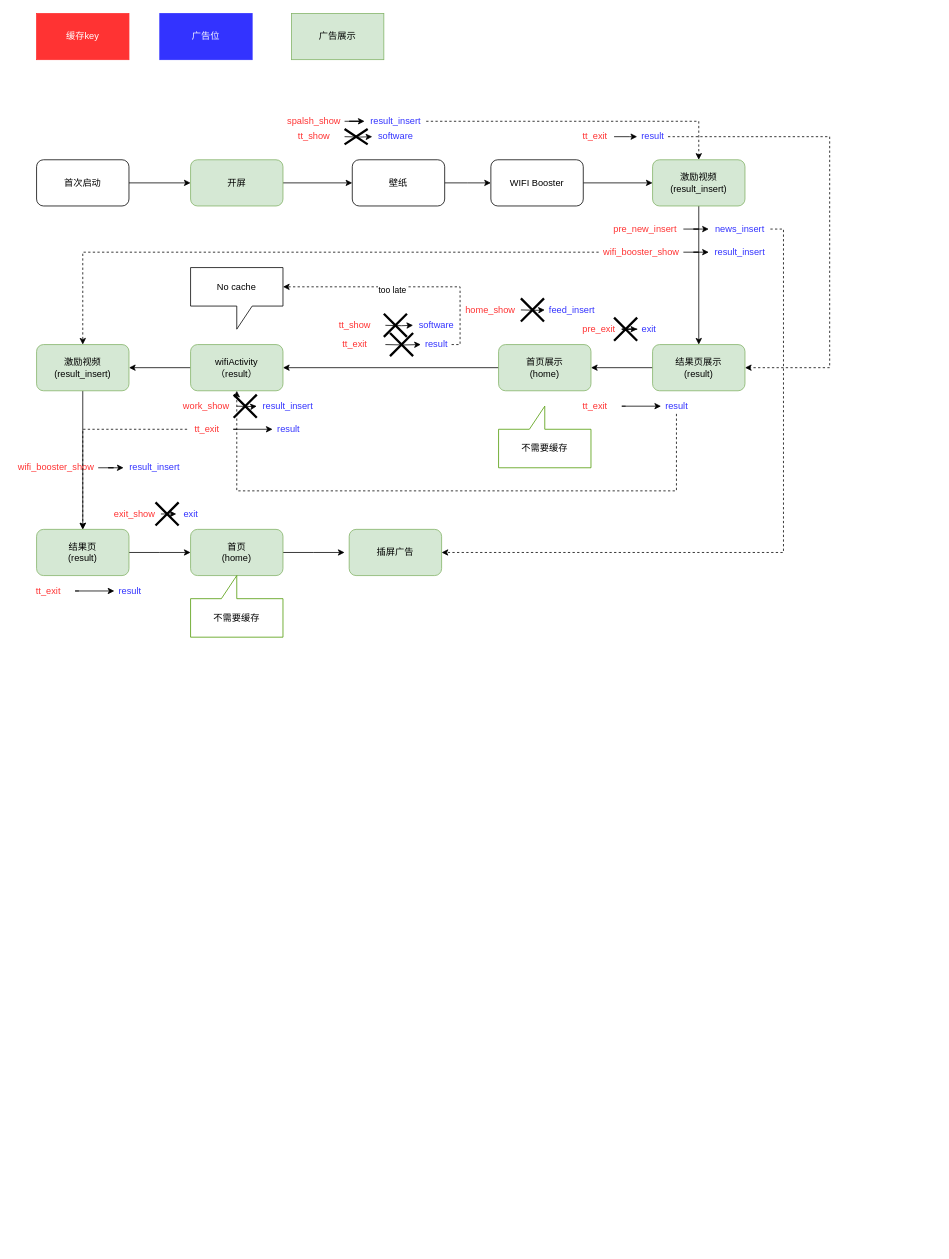
Before: Untitled Diagram.drawio in xiepengchong/xiepengchong.xpc.github.io, a draw.io diagram. Source tidied: cells renumbered, new cells numbered last; positions are measured from the earlier drawing's top-left corner, leaving out a move shared by most shapes. Both pictures are drawn from the tidied source at 77%, with x=0, y=0 at pixel (13, 13).
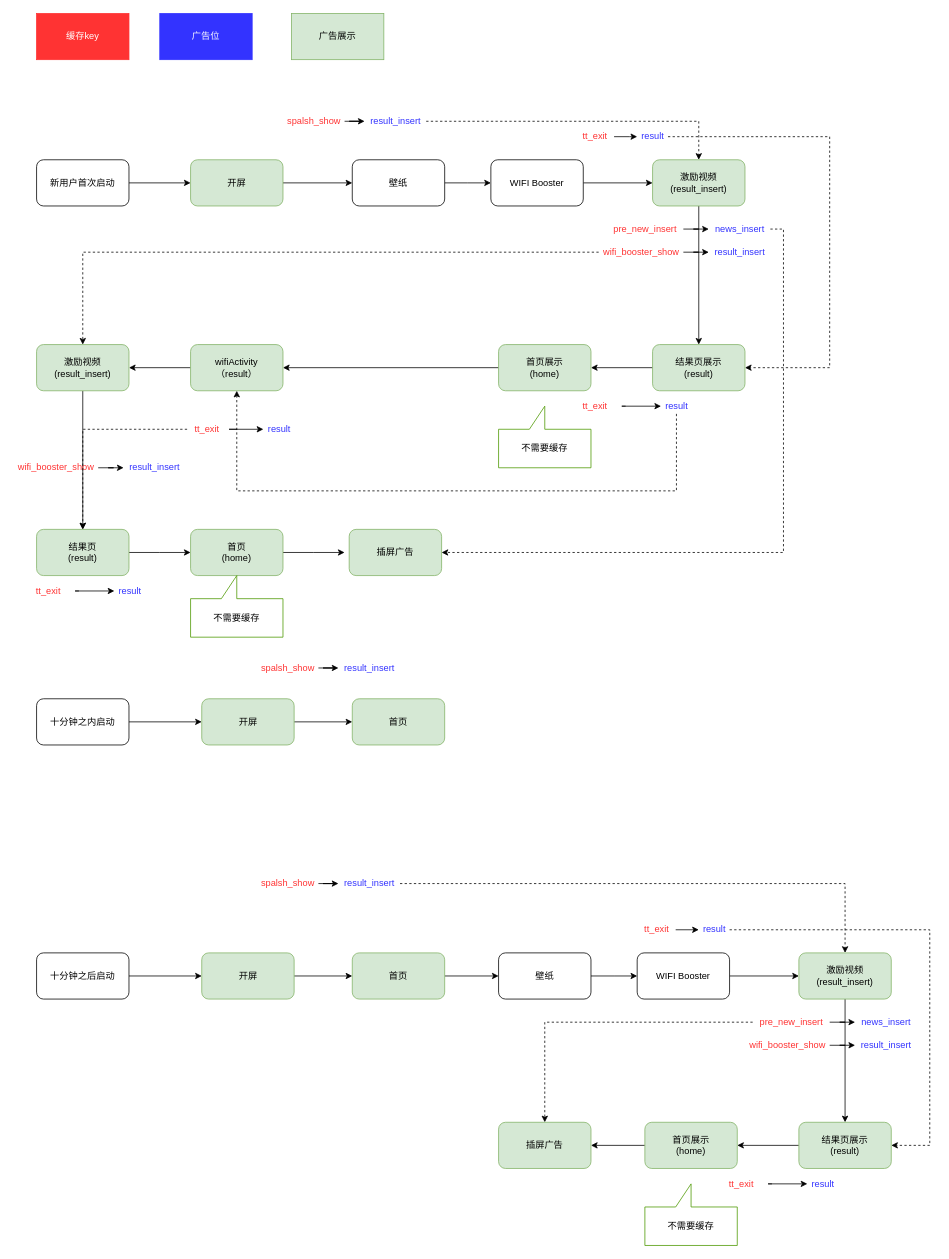
Above is the later version.

Commit message:
增加十分钟限制逻辑

The edit, as a diff of the source:
```diff
@@
-    <mxCell id="3" value="首次启动" style="rounded=1;whiteSpace=wrap;html=1;" parent="1" vertex="1">
+    <mxCell id="3" value="新用户首次启动" style="rounded=1;whiteSpace=wrap;html=1;" parent="1" vertex="1">
       <mxGeometry x="30" y="190" width="120" height="60" as="geometry" />
     </mxCell>
@@
-    <mxCell id="10" value="tt_show" style="text;html=1;align=center;verticalAlign=middle;strokeColor=none;fillColor=none;fontColor=#FF3333;" parent="1" vertex="1">
-      <mxGeometry x="360" y="150" width="60" height="20" as="geometry" />
-    </mxCell>
@@
-    <mxCell id="17" style="edgeStyle=orthogonalEdgeStyle;rounded=0;jettySize=auto;html=1;fontColor=#FF3333;" parent="1" edge="1" target="18">
-      <mxGeometry relative="1" as="geometry">
-        <mxPoint x="430" y="160" as="sourcePoint" />
-      </mxGeometry>
-    </mxCell>
-    <mxCell id="18" value="software" style="text;html=1;align=center;verticalAlign=middle;points=[];strokeColor=none;fillColor=none;fontColor=#3333FF;" parent="1" vertex="1">
-      <mxGeometry x="466" y="150" width="60" height="20" as="geometry" />
-    </mxCell>
@@
-    <mxCell id="39" style="edgeStyle=orthogonalEdgeStyle;rounded=0;jettySize=auto;html=1;fontColor=#000000;" parent="1" edge="1" source="40" target="41">
-      <mxGeometry relative="1" as="geometry" />
-    </mxCell>
-    <mxCell id="40" value="pre_exit" style="text;html=1;align=center;verticalAlign=middle;points=[];strokeColor=none;fillColor=none;fontColor=#FF3333;" parent="1" vertex="1">
-      <mxGeometry x="730" y="400" width="60" height="20" as="geometry" />
-    </mxCell>
-    <mxCell id="41" value="exit" style="text;html=1;align=center;verticalAlign=middle;points=[];strokeColor=none;fillColor=none;fontColor=#3333FF;" parent="1" vertex="1">
-      <mxGeometry x="810" y="400" width="30" height="20" as="geometry" />
-    </mxCell>
-    <mxCell id="42" style="shape=umlDestroy;whiteSpace=wrap;html=1;strokeWidth=3;fontColor=#000000;fillColor=#FFFFFF;" parent="1" vertex="1">
-      <mxGeometry x="780" y="395" width="30" height="30" as="geometry" />
-    </mxCell>
@@
-    <mxCell id="45" value="No cache" style="shape=callout;whiteSpace=wrap;html=1;perimeter=calloutPerimeter;fontColor=#000000;strokeColor=#000000;fillColor=#FFFFFF;" parent="1" vertex="1">
-      <mxGeometry x="230" y="330" width="120" height="80" as="geometry" />
-    </mxCell>
-    <mxCell id="46" value="home_show" style="text;html=1;align=center;verticalAlign=middle;strokeColor=none;fillColor=none;fontColor=#FF3333;" parent="1" vertex="1">
-      <mxGeometry x="579" y="375" width="80" height="20" as="geometry" />
-    </mxCell>
-    <mxCell id="47" style="edgeStyle=orthogonalEdgeStyle;rounded=0;jettySize=auto;html=1;fontColor=#FF3333;" parent="1" edge="1" target="48">
-      <mxGeometry relative="1" as="geometry">
-        <mxPoint x="659" y="385" as="sourcePoint" />
-      </mxGeometry>
-    </mxCell>
-    <mxCell id="48" value="feed_insert" style="text;html=1;align=center;verticalAlign=middle;points=[];strokeColor=none;fillColor=none;fontColor=#3333FF;" parent="1" vertex="1">
-      <mxGeometry x="690" y="375" width="70" height="20" as="geometry" />
-    </mxCell>
-    <mxCell id="49" style="shape=umlDestroy;whiteSpace=wrap;html=1;strokeWidth=3;fontColor=#000000;fillColor=#FFFFFF;" parent="1" vertex="1">
-      <mxGeometry x="659" y="370" width="30" height="30" as="geometry" />
-    </mxCell>
-    <mxCell id="50" value="tt_exit" style="text;html=1;align=center;verticalAlign=middle;strokeColor=none;fillColor=none;fontColor=#FF3333;" parent="1" vertex="1">
-      <mxGeometry x="418" y="420" width="50" height="20" as="geometry" />
-    </mxCell>
-    <mxCell id="51" style="edgeStyle=orthogonalEdgeStyle;rounded=0;jettySize=auto;html=1;fontColor=#FF3333;" parent="1" edge="1" target="54">
-      <mxGeometry relative="1" as="geometry">
-        <mxPoint x="483" y="430" as="sourcePoint" />
-      </mxGeometry>
-    </mxCell>
-    <mxCell id="52" style="edgeStyle=orthogonalEdgeStyle;rounded=0;jettySize=auto;html=1;entryX=0;entryY=0;entryDx=120;entryDy=25;entryPerimeter=0;fontColor=#000000;dashed=1;" parent="1" edge="1" source="54" target="45">
-      <mxGeometry relative="1" as="geometry">
-        <Array as="points">
-          <mxPoint x="580" y="430" />
-          <mxPoint x="580" y="355" />
-        </Array>
-      </mxGeometry>
-    </mxCell>
-    <mxCell id="53" value="too late" style="edgeLabel;html=1;align=center;verticalAlign=middle;fontColor=#000000;" parent="52" vertex="1">
-      <mxGeometry x="0.11" y="4" relative="1" as="geometry" />
-    </mxCell>
-    <mxCell id="54" value="result" style="text;html=1;align=center;verticalAlign=middle;points=[];strokeColor=none;fillColor=none;fontColor=#3333FF;" parent="1" vertex="1">
-      <mxGeometry x="529" y="420" width="40" height="20" as="geometry" />
-    </mxCell>
-    <mxCell id="55" value="tt_show" style="text;html=1;align=center;verticalAlign=middle;strokeColor=none;fillColor=none;fontColor=#FF3333;" parent="1" vertex="1">
-      <mxGeometry x="413" y="395" width="60" height="20" as="geometry" />
-    </mxCell>
-    <mxCell id="56" style="edgeStyle=orthogonalEdgeStyle;rounded=0;jettySize=auto;html=1;fontColor=#FF3333;" parent="1" edge="1" target="57">
-      <mxGeometry relative="1" as="geometry">
-        <mxPoint x="483" y="405" as="sourcePoint" />
-      </mxGeometry>
-    </mxCell>
-    <mxCell id="57" value="software" style="text;html=1;align=center;verticalAlign=middle;points=[];strokeColor=none;fillColor=none;fontColor=#3333FF;" parent="1" vertex="1">
-      <mxGeometry x="519" y="395" width="60" height="20" as="geometry" />
-    </mxCell>
@@
-    <mxCell id="60" style="shape=umlDestroy;whiteSpace=wrap;html=1;strokeWidth=3;fontColor=#000000;fillColor=#FFFFFF;" parent="1" vertex="1">
-      <mxGeometry x="481" y="390" width="30" height="30" as="geometry" />
-    </mxCell>
-    <mxCell id="61" value="work_show" style="text;html=1;align=center;verticalAlign=middle;strokeColor=none;fillColor=none;fontColor=#FF3333;" parent="1" vertex="1">
-      <mxGeometry x="210" y="500" width="80" height="20" as="geometry" />
-    </mxCell>
-    <mxCell id="62" style="edgeStyle=orthogonalEdgeStyle;rounded=0;jettySize=auto;html=1;fontColor=#FF3333;" parent="1" edge="1" target="63">
-      <mxGeometry relative="1" as="geometry">
-        <mxPoint x="290" y="510" as="sourcePoint" />
-      </mxGeometry>
-    </mxCell>
-    <mxCell id="63" value="result_insert" style="text;html=1;align=center;verticalAlign=middle;points=[];strokeColor=none;fillColor=none;fontColor=#3333FF;" parent="1" vertex="1">
-      <mxGeometry x="316" y="500" width="80" height="20" as="geometry" />
-    </mxCell>
@@
-    <mxCell id="71" style="edgeStyle=orthogonalEdgeStyle;rounded=0;jettySize=auto;html=1;fontColor=#FF3333;" parent="1" edge="1" source="72">
-      <mxGeometry relative="1" as="geometry">
-        <mxPoint x="211.5" y="650" as="targetPoint" />
-      </mxGeometry>
-    </mxCell>
-    <mxCell id="72" value="exit_show" style="text;html=1;align=center;verticalAlign=middle;points=[];strokeColor=none;fillColor=none;fontColor=#FF3333;" parent="1" vertex="1">
-      <mxGeometry x="121.5" y="640" width="70" height="20" as="geometry" />
-    </mxCell>
-    <mxCell id="73" value="exit" style="text;html=1;align=center;verticalAlign=middle;strokeColor=none;fillColor=none;fontColor=#3333FF;" parent="1" vertex="1">
-      <mxGeometry x="214.5" y="640" width="30" height="20" as="geometry" />
-    </mxCell>
@@
-    <mxCell id="76" style="shape=umlDestroy;whiteSpace=wrap;html=1;strokeWidth=3;fontColor=#000000;fillColor=#FFFFFF;" parent="1" vertex="1">
-      <mxGeometry x="430" y="150" width="30" height="20" as="geometry" />
-    </mxCell>
@@
-    <mxCell id="78" style="shape=umlDestroy;whiteSpace=wrap;html=1;strokeWidth=3;fontColor=#000000;fillColor=#FFFFFF;" parent="1" vertex="1">
-      <mxGeometry x="489" y="415" width="30" height="30" as="geometry" />
-    </mxCell>
@@
-    <mxCell id="83" style="shape=umlDestroy;whiteSpace=wrap;html=1;strokeWidth=3;fontColor=#000000;fillColor=#FFFFFF;" parent="1" vertex="1">
-      <mxGeometry x="286" y="495" width="30" height="30" as="geometry" />
-    </mxCell>
@@
     <mxCell id="86" style="edgeStyle=orthogonalEdgeStyle;rounded=0;jettySize=auto;html=1;fontColor=#FF3333;" parent="1" edge="1" target="87">
       <mxGeometry relative="1" as="geometry">
         <mxPoint x="290.5" y="540" as="sourcePoint" />
         <Array as="points">
-          <mxPoint x="285.5" y="540" />
-          <mxPoint x="285.5" y="540" />
+          <mxPoint x="280" y="540" />
+          <mxPoint x="280" y="540" />
         </Array>
       </mxGeometry>
     </mxCell>
     <mxCell id="87" value="result" style="text;html=1;align=center;verticalAlign=middle;points=[];strokeColor=none;fillColor=none;fontColor=#3333FF;" parent="1" vertex="1">
-      <mxGeometry x="336.5" y="530" width="40" height="20" as="geometry" />
+      <mxGeometry x="324.5" y="530" width="40" height="20" as="geometry" />
     </mxCell>
-    <mxCell id="88" style="shape=umlDestroy;whiteSpace=wrap;html=1;strokeWidth=3;fontColor=#000000;fillColor=#FFFFFF;" parent="1" vertex="1">
-      <mxGeometry x="184.5" y="635" width="30" height="30" as="geometry" />
-    </mxCell>
@@
+    <mxCell id="93" style="edgeStyle=orthogonalEdgeStyle;rounded=0;jettySize=auto;html=1;entryX=0;entryY=0.5;entryDx=0;entryDy=0;fontColor=#000000;" parent="1" edge="1" source="94" target="96">
+      <mxGeometry relative="1" as="geometry" />
+    </mxCell>
+    <mxCell id="94" value="十分钟之内启动" style="rounded=1;whiteSpace=wrap;html=1;" parent="1" vertex="1">
+      <mxGeometry x="30" y="890" width="120" height="60" as="geometry" />
+    </mxCell>
+    <mxCell id="95" style="edgeStyle=orthogonalEdgeStyle;rounded=0;jettySize=auto;html=1;entryX=0;entryY=0.5;entryDx=0;entryDy=0;fontColor=#000000;" parent="1" edge="1" source="96" target="100">
+      <mxGeometry relative="1" as="geometry" />
+    </mxCell>
+    <mxCell id="96" value="开屏" style="rounded=1;whiteSpace=wrap;html=1;strokeColor=#82b366;fillColor=#d5e8d4;" parent="1" vertex="1">
+      <mxGeometry x="244.5" y="890" width="120" height="60" as="geometry" />
+    </mxCell>
+    <mxCell id="97" style="edgeStyle=orthogonalEdgeStyle;rounded=0;jettySize=auto;html=1;fontColor=#FF3333;" parent="1" edge="1" source="98" target="99">
+      <mxGeometry relative="1" as="geometry" />
+    </mxCell>
+    <mxCell id="98" value="spalsh_show" style="text;html=1;align=center;verticalAlign=middle;points=[];strokeColor=none;fillColor=none;fontColor=#FF3333;" parent="1" vertex="1">
+      <mxGeometry x="316" y="840" width="80" height="20" as="geometry" />
+    </mxCell>
+    <mxCell id="99" value="result_insert" style="text;html=1;align=center;verticalAlign=middle;points=[];strokeColor=none;fillColor=none;fontColor=#3333FF;" parent="1" vertex="1">
+      <mxGeometry x="422" y="840" width="80" height="20" as="geometry" />
+    </mxCell>
+    <mxCell id="100" value="首页" style="rounded=1;whiteSpace=wrap;html=1;strokeColor=#82b366;fillColor=#d5e8d4;" parent="1" vertex="1">
+      <mxGeometry x="440" y="890" width="120" height="60" as="geometry" />
+    </mxCell>
+    <mxCell id="101" style="edgeStyle=orthogonalEdgeStyle;rounded=0;jettySize=auto;html=1;entryX=0;entryY=0.5;entryDx=0;entryDy=0;fontColor=#000000;" parent="1" edge="1" source="102" target="104">
+      <mxGeometry relative="1" as="geometry" />
+    </mxCell>
+    <mxCell id="102" value="十分钟之后启动" style="rounded=1;whiteSpace=wrap;html=1;" parent="1" vertex="1">
+      <mxGeometry x="30" y="1220" width="120" height="60" as="geometry" />
+    </mxCell>
+    <mxCell id="103" style="edgeStyle=orthogonalEdgeStyle;rounded=0;jettySize=auto;html=1;entryX=0;entryY=0.5;entryDx=0;entryDy=0;fontColor=#000000;" parent="1" edge="1" source="104" target="110">
+      <mxGeometry relative="1" as="geometry" />
+    </mxCell>
+    <mxCell id="104" value="开屏" style="rounded=1;whiteSpace=wrap;html=1;strokeColor=#82b366;fillColor=#d5e8d4;" parent="1" vertex="1">
+      <mxGeometry x="244.5" y="1220" width="120" height="60" as="geometry" />
+    </mxCell>
+    <mxCell id="105" style="edgeStyle=orthogonalEdgeStyle;rounded=0;jettySize=auto;html=1;fontColor=#FF3333;" parent="1" edge="1" source="106" target="108">
+      <mxGeometry relative="1" as="geometry" />
+    </mxCell>
+    <mxCell id="106" value="spalsh_show" style="text;html=1;align=center;verticalAlign=middle;points=[];strokeColor=none;fillColor=none;fontColor=#FF3333;" parent="1" vertex="1">
+      <mxGeometry x="316" y="1120" width="80" height="20" as="geometry" />
+    </mxCell>
+    <mxCell id="107" style="edgeStyle=orthogonalEdgeStyle;rounded=0;jettySize=auto;html=1;fontColor=#000000;dashed=1;" parent="1" edge="1" source="108" target="116">
+      <mxGeometry relative="1" as="geometry">
+        <Array as="points">
+          <mxPoint x="1080" y="1130" />
+        </Array>
+      </mxGeometry>
+    </mxCell>
+    <mxCell id="108" value="result_insert" style="text;html=1;align=center;verticalAlign=middle;points=[];strokeColor=none;fillColor=none;fontColor=#3333FF;" parent="1" vertex="1">
+      <mxGeometry x="422" y="1120" width="80" height="20" as="geometry" />
+    </mxCell>
+    <mxCell id="109" style="edgeStyle=orthogonalEdgeStyle;rounded=0;jettySize=auto;html=1;entryX=0;entryY=0.5;entryDx=0;entryDy=0;fontColor=#000000;" parent="1" edge="1" source="110" target="112">
+      <mxGeometry relative="1" as="geometry" />
+    </mxCell>
+    <mxCell id="110" value="首页" style="rounded=1;whiteSpace=wrap;html=1;strokeColor=#82b366;fillColor=#d5e8d4;" parent="1" vertex="1">
+      <mxGeometry x="440" y="1220" width="120" height="60" as="geometry" />
+    </mxCell>
+    <mxCell id="111" style="edgeStyle=orthogonalEdgeStyle;rounded=0;jettySize=auto;html=1;exitX=1;exitY=0.5;exitDx=0;exitDy=0;fontColor=#FFFFFF;" parent="1" edge="1" source="112">
+      <mxGeometry relative="1" as="geometry">
+        <mxPoint x="810" y="1250" as="targetPoint" />
+      </mxGeometry>
+    </mxCell>
+    <mxCell id="112" value="壁纸" style="rounded=1;whiteSpace=wrap;html=1;" parent="1" vertex="1">
+      <mxGeometry x="630" y="1220" width="120" height="60" as="geometry" />
+    </mxCell>
+    <mxCell id="113" style="edgeStyle=orthogonalEdgeStyle;rounded=0;jettySize=auto;html=1;fontColor=#FFFFFF;" parent="1" edge="1" source="114" target="116">
+      <mxGeometry relative="1" as="geometry" />
+    </mxCell>
+    <mxCell id="114" value="&lt;font color=&quot;#000000&quot;&gt;WIFI Booster&lt;/font&gt;" style="rounded=1;whiteSpace=wrap;html=1;fontColor=#FFFFFF;fillColor=#FFFFFF;" parent="1" vertex="1">
+      <mxGeometry x="810" y="1220" width="120" height="60" as="geometry" />
+    </mxCell>
+    <mxCell id="115" style="edgeStyle=orthogonalEdgeStyle;rounded=0;jettySize=auto;html=1;fontColor=#000000;" parent="1" edge="1" source="116" target="129">
+      <mxGeometry relative="1" as="geometry" />
+    </mxCell>
+    <mxCell id="116" value="&lt;font color=&quot;#000000&quot;&gt;&lt;span&gt;激励视频&lt;br&gt;(result_insert)&lt;br&gt;&lt;/span&gt;&lt;/font&gt;" style="rounded=1;whiteSpace=wrap;html=1;strokeColor=#82b366;fillColor=#d5e8d4;" parent="1" vertex="1">
+      <mxGeometry x="1020" y="1220" width="120" height="60" as="geometry" />
+    </mxCell>
+    <mxCell id="117" style="edgeStyle=orthogonalEdgeStyle;rounded=0;jettySize=auto;html=1;fontColor=#FF3333;" parent="1" edge="1" source="119" target="120">
+      <mxGeometry relative="1" as="geometry" />
+    </mxCell>
+    <mxCell id="118" style="edgeStyle=orthogonalEdgeStyle;rounded=0;jettySize=auto;html=1;dashed=1;fontColor=#000000;" parent="1" edge="1" source="119" target="135">
+      <mxGeometry relative="1" as="geometry" />
+    </mxCell>
+    <mxCell id="119" value="pre_new_insert" style="text;html=1;align=center;verticalAlign=middle;points=[];strokeColor=none;fillColor=none;fontColor=#FF3333;" parent="1" vertex="1">
+      <mxGeometry x="960" y="1300" width="100" height="20" as="geometry" />
+    </mxCell>
+    <mxCell id="120" value="news_insert" style="text;html=1;align=center;verticalAlign=middle;points=[];strokeColor=none;fillColor=none;fontColor=#3333FF;" parent="1" vertex="1">
+      <mxGeometry x="1093" y="1300" width="80" height="20" as="geometry" />
+    </mxCell>
+    <mxCell id="121" style="edgeStyle=orthogonalEdgeStyle;rounded=0;jettySize=auto;html=1;fontColor=#FF3333;" parent="1" edge="1" source="122" target="123">
+      <mxGeometry relative="1" as="geometry" />
+    </mxCell>
+    <mxCell id="122" value="wifi_booster_show" style="text;html=1;align=center;verticalAlign=middle;points=[];strokeColor=none;fillColor=none;fontColor=#FF3333;" parent="1" vertex="1">
+      <mxGeometry x="950" y="1330" width="110" height="20" as="geometry" />
+    </mxCell>
+    <mxCell id="123" value="result_insert" style="text;html=1;align=center;verticalAlign=middle;points=[];strokeColor=none;fillColor=none;fontColor=#3333FF;" parent="1" vertex="1">
+      <mxGeometry x="1093" y="1330" width="80" height="20" as="geometry" />
+    </mxCell>
+    <mxCell id="124" style="edgeStyle=orthogonalEdgeStyle;rounded=0;jettySize=auto;html=1;fontColor=#FF3333;" parent="1" edge="1" source="125">
+      <mxGeometry relative="1" as="geometry">
+        <mxPoint x="890" y="1190" as="targetPoint" />
+      </mxGeometry>
+    </mxCell>
+    <mxCell id="125" value="tt_exit" style="text;html=1;align=center;verticalAlign=middle;points=[];strokeColor=none;fillColor=none;fontColor=#FF3333;" parent="1" vertex="1">
+      <mxGeometry x="810" y="1180" width="50" height="20" as="geometry" />
+    </mxCell>
+    <mxCell id="126" style="edgeStyle=orthogonalEdgeStyle;rounded=0;jettySize=auto;html=1;entryX=1;entryY=0.5;entryDx=0;entryDy=0;dashed=1;fontColor=#000000;" parent="1" edge="1" source="127" target="129">
+      <mxGeometry relative="1" as="geometry">
+        <Array as="points">
+          <mxPoint x="1190" y="1190" />
+          <mxPoint x="1190" y="1470" />
+        </Array>
+      </mxGeometry>
+    </mxCell>
+    <mxCell id="127" value="result" style="text;html=1;align=center;verticalAlign=middle;points=[];strokeColor=none;fillColor=none;fontColor=#3333FF;" parent="1" vertex="1">
+      <mxGeometry x="890" y="1180" width="40" height="20" as="geometry" />
+    </mxCell>
+    <mxCell id="128" style="edgeStyle=orthogonalEdgeStyle;rounded=0;jettySize=auto;html=1;entryX=1;entryY=0.5;entryDx=0;entryDy=0;fontColor=#000000;" parent="1" edge="1" source="129" target="131">
+      <mxGeometry relative="1" as="geometry" />
+    </mxCell>
+    <mxCell id="129" value="结果页展示&lt;br&gt;(result)" style="rounded=1;whiteSpace=wrap;html=1;strokeColor=#82b366;fillColor=#d5e8d4;" parent="1" vertex="1">
+      <mxGeometry x="1020" y="1440" width="120" height="60" as="geometry" />
+    </mxCell>
+    <mxCell id="130" style="edgeStyle=orthogonalEdgeStyle;rounded=0;jettySize=auto;html=1;entryX=1;entryY=0.5;entryDx=0;entryDy=0;fontColor=#000000;" parent="1" edge="1" source="131" target="135">
+      <mxGeometry relative="1" as="geometry" />
+    </mxCell>
+    <mxCell id="131" value="首页展示&lt;br&gt;(home)" style="rounded=1;whiteSpace=wrap;html=1;strokeColor=#82b366;fillColor=#d5e8d4;" parent="1" vertex="1">
+      <mxGeometry x="820" y="1440" width="120" height="60" as="geometry" />
+    </mxCell>
+    <mxCell id="132" value="tt_exit" style="text;html=1;align=center;verticalAlign=middle;strokeColor=none;fillColor=none;fontColor=#FF3333;" parent="1" vertex="1">
+      <mxGeometry x="920" y="1510" width="50" height="20" as="geometry" />
+    </mxCell>
+    <mxCell id="133" style="edgeStyle=orthogonalEdgeStyle;rounded=0;jettySize=auto;html=1;fontColor=#FF3333;" parent="1" edge="1" target="134">
+      <mxGeometry relative="1" as="geometry">
+        <mxPoint x="985" y="1520" as="sourcePoint" />
+        <Array as="points">
+          <mxPoint x="980" y="1520" />
+          <mxPoint x="980" y="1520" />
+        </Array>
+      </mxGeometry>
+    </mxCell>
+    <mxCell id="134" value="result" style="text;html=1;align=center;verticalAlign=middle;points=[];strokeColor=none;fillColor=none;fontColor=#3333FF;" parent="1" vertex="1">
+      <mxGeometry x="1031" y="1510" width="40" height="20" as="geometry" />
+    </mxCell>
+    <mxCell id="135" value="插屏广告" style="rounded=1;whiteSpace=wrap;html=1;strokeColor=#82b366;fillColor=#d5e8d4;" parent="1" vertex="1">
+      <mxGeometry x="630" y="1440" width="120" height="60" as="geometry" />
+    </mxCell>
+    <mxCell id="136" value="不需要缓存" style="shape=callout;whiteSpace=wrap;html=1;perimeter=calloutPerimeter;fontColor=#000000;strokeColor=#4D9900;fillColor=#FFFFFF;direction=west;" parent="1" vertex="1">
+      <mxGeometry x="820" y="1520" width="120" height="80" as="geometry" />
+    </mxCell>
```
